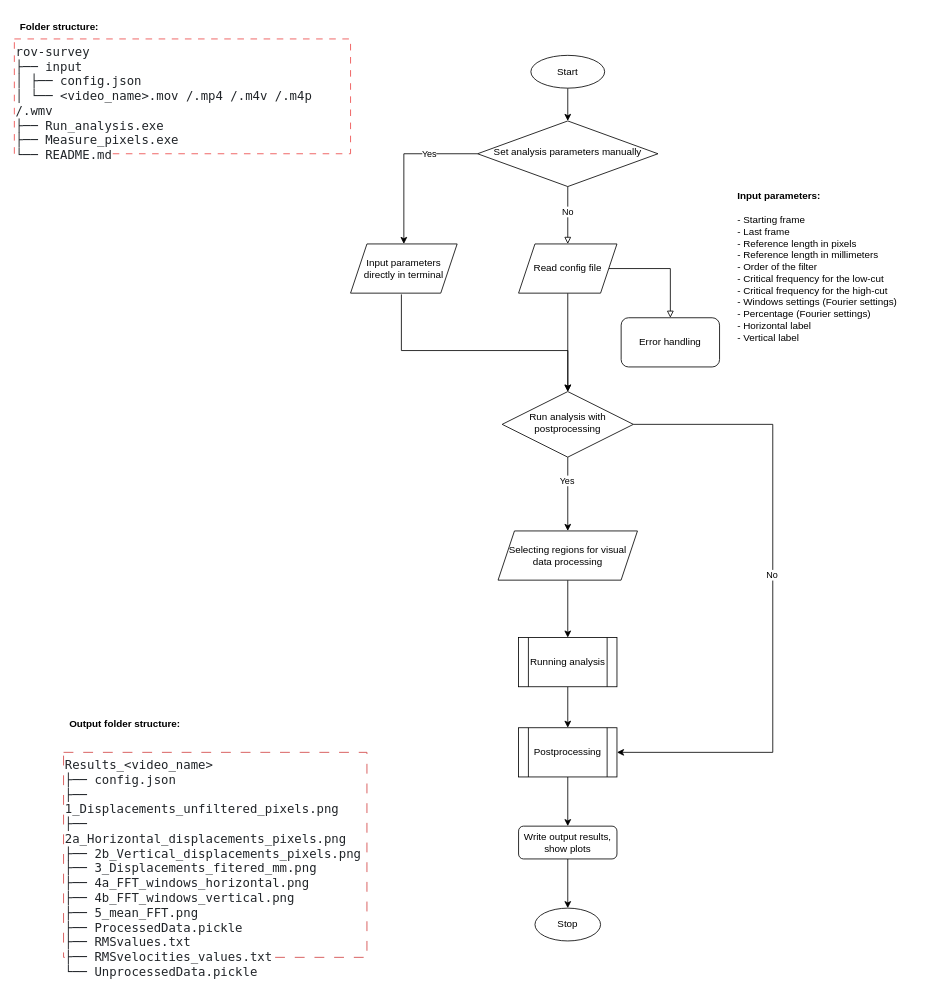
Before: ROV_tool.drawio in przesmak/flowchart, a draw.io diagram. Source tidied: cells renumbered, new cells numbered last; positions are measured from the earlier drawing's top-left corner, leaving out a move shared by most shapes. Both pictures are drawn from the tidied source at 82%, with x=0, y=0 at pixel (14, 14).
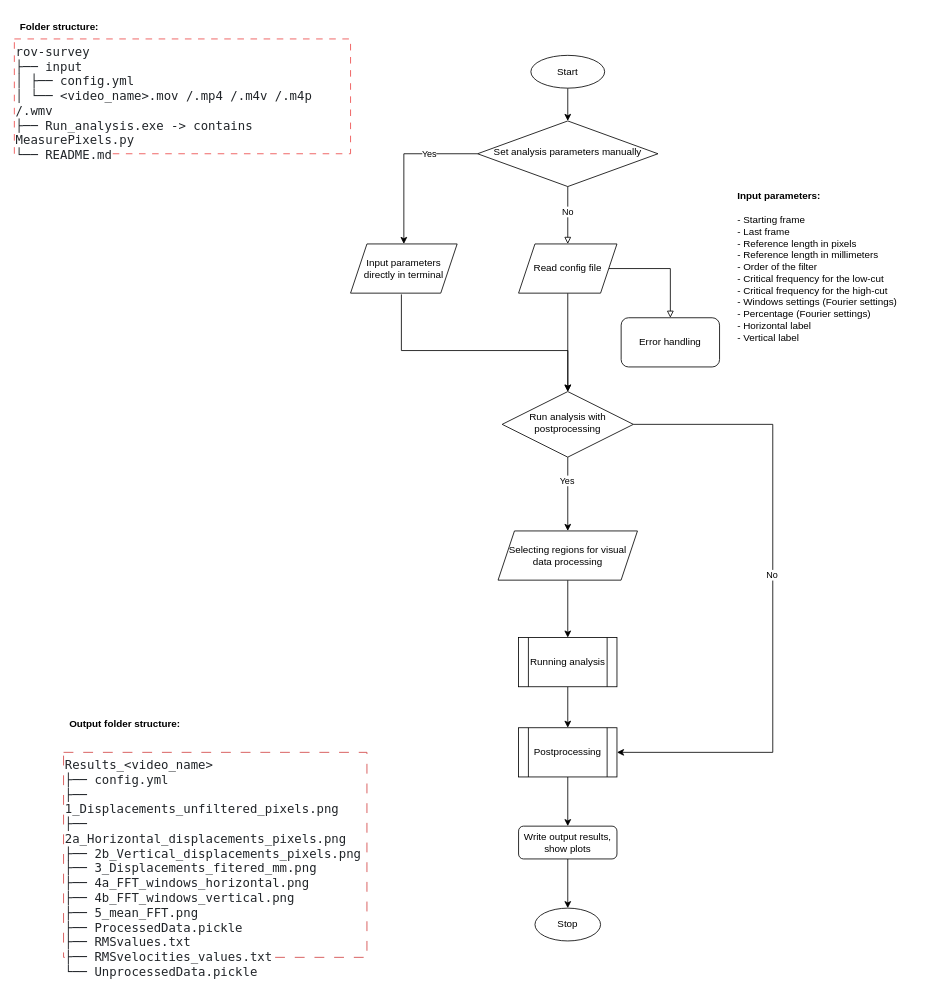
Above is the later version.

Diff of the diagram source:
```diff
@@
-    <mxCell id="29" value="&lt;span style=&quot;color: rgb(33, 37, 41); font-family: &amp;quot;Fira code&amp;quot;, &amp;quot;Fira Mono&amp;quot;, source-code-pro, Menlo, Monaco, Consolas, &amp;quot;Courier New&amp;quot;, monospace; font-size: 15px; font-style: normal; font-variant-ligatures: normal; font-variant-caps: normal; font-weight: 400; letter-spacing: normal; orphans: 2; text-align: left; text-indent: 0px; text-transform: none; widows: 2; word-spacing: 0px; -webkit-text-stroke-width: 0px; background-color: rgb(255, 255, 255); text-decoration-thickness: initial; text-decoration-style: initial; text-decoration-color: initial; float: none; display: inline !important;&quot;&gt;rov-survey&lt;br&gt;├── input &lt;br&gt;│   ├── config.json&lt;br&gt;│   └── &amp;lt;video_name&amp;gt;.mov /.mp4 /.m4v /.m4p /.wmv&lt;br&gt;├── Run_analysis.exe&lt;br&gt;├── Measure_pixels.exe&lt;br&gt;└── README.md&lt;/span&gt;" style="text;whiteSpace=wrap;html=1;fillColor=none;strokeColor=#ec4646;dashed=1;dashPattern=8 8;" parent="1" vertex="1">
+    <mxCell id="29" value="&lt;span style=&quot;color: rgb(33, 37, 41); font-family: &amp;quot;Fira code&amp;quot;, &amp;quot;Fira Mono&amp;quot;, source-code-pro, Menlo, Monaco, Consolas, &amp;quot;Courier New&amp;quot;, monospace; font-size: 15px; font-style: normal; font-variant-ligatures: normal; font-variant-caps: normal; font-weight: 400; letter-spacing: normal; orphans: 2; text-align: left; text-indent: 0px; text-transform: none; widows: 2; word-spacing: 0px; -webkit-text-stroke-width: 0px; background-color: rgb(255, 255, 255); text-decoration-thickness: initial; text-decoration-style: initial; text-decoration-color: initial; float: none; display: inline !important;&quot;&gt;rov-survey&lt;br&gt;├── input &lt;br&gt;│   ├── config.yml&lt;br&gt;│   └── &amp;lt;video_name&amp;gt;.mov /.mp4 /.m4v /.m4p /.wmv&lt;br&gt;├── Run_analysis.exe -&amp;gt; contains MeasurePixels.py&lt;br&gt;└── README.md&lt;/span&gt;" style="text;whiteSpace=wrap;html=1;fillColor=none;strokeColor=#ec4646;dashed=1;dashPattern=8 8;" parent="1" vertex="1">
       <mxGeometry y="30" width="410" height="140" as="geometry" />
     </mxCell>
@@
-    <mxCell id="31" value="&lt;span style=&quot;color: rgb(33, 37, 41); font-family: &amp;quot;Fira code&amp;quot;, &amp;quot;Fira Mono&amp;quot;, source-code-pro, Menlo, Monaco, Consolas, &amp;quot;Courier New&amp;quot;, monospace; font-size: 15px; font-style: normal; font-variant-ligatures: normal; font-variant-caps: normal; font-weight: 400; letter-spacing: normal; orphans: 2; text-align: left; text-indent: 0px; text-transform: none; widows: 2; word-spacing: 0px; -webkit-text-stroke-width: 0px; background-color: rgb(255, 255, 255); text-decoration-thickness: initial; text-decoration-style: initial; text-decoration-color: initial; float: none; display: inline !important;&quot;&gt;Results_&amp;lt;video_name&amp;gt;&lt;br&gt;├── config.json&lt;br&gt;├── 1_Displacements_unfiltered_pixels.png&lt;br&gt;├── 2a_Horizontal_displacements_pixels.png&lt;br&gt;├── 2b_Vertical_displacements_pixels.png&lt;br&gt;├── 3_Displacements_fitered_mm.png&lt;br&gt;├── 4a_FFT_windows_horizontal.png&lt;br&gt;├── 4b_FFT_windows_vertical.png&lt;br&gt;├── 5_mean_FFT.png&lt;br&gt;├── ProcessedData.pickle&lt;br&gt;├── RMSvalues.txt&lt;br&gt;├── RMSvelocities_values.txt&lt;br&gt;└── UnprocessedData.pickle&lt;/span&gt;" style="text;whiteSpace=wrap;html=1;strokeColor=#d24141;strokeWidth=1;dashed=1;dashPattern=12 12;" parent="1" vertex="1">
+    <mxCell id="31" value="&lt;span style=&quot;color: rgb(33, 37, 41); font-family: &amp;quot;Fira code&amp;quot;, &amp;quot;Fira Mono&amp;quot;, source-code-pro, Menlo, Monaco, Consolas, &amp;quot;Courier New&amp;quot;, monospace; font-size: 15px; font-style: normal; font-variant-ligatures: normal; font-variant-caps: normal; font-weight: 400; letter-spacing: normal; orphans: 2; text-align: left; text-indent: 0px; text-transform: none; widows: 2; word-spacing: 0px; -webkit-text-stroke-width: 0px; background-color: rgb(255, 255, 255); text-decoration-thickness: initial; text-decoration-style: initial; text-decoration-color: initial; float: none; display: inline !important;&quot;&gt;Results_&amp;lt;video_name&amp;gt;&lt;br&gt;├── config.yml&lt;br&gt;├── 1_Displacements_unfiltered_pixels.png&lt;br&gt;├── 2a_Horizontal_displacements_pixels.png&lt;br&gt;├── 2b_Vertical_displacements_pixels.png&lt;br&gt;├── 3_Displacements_fitered_mm.png&lt;br&gt;├── 4a_FFT_windows_horizontal.png&lt;br&gt;├── 4b_FFT_windows_vertical.png&lt;br&gt;├── 5_mean_FFT.png&lt;br&gt;├── ProcessedData.pickle&lt;br&gt;├── RMSvalues.txt&lt;br&gt;├── RMSvelocities_values.txt&lt;br&gt;└── UnprocessedData.pickle&lt;/span&gt;" style="text;whiteSpace=wrap;html=1;strokeColor=#d24141;strokeWidth=1;dashed=1;dashPattern=12 12;" parent="1" vertex="1">
       <mxGeometry x="60" y="900" width="370" height="250" as="geometry" />
     </mxCell>
```
